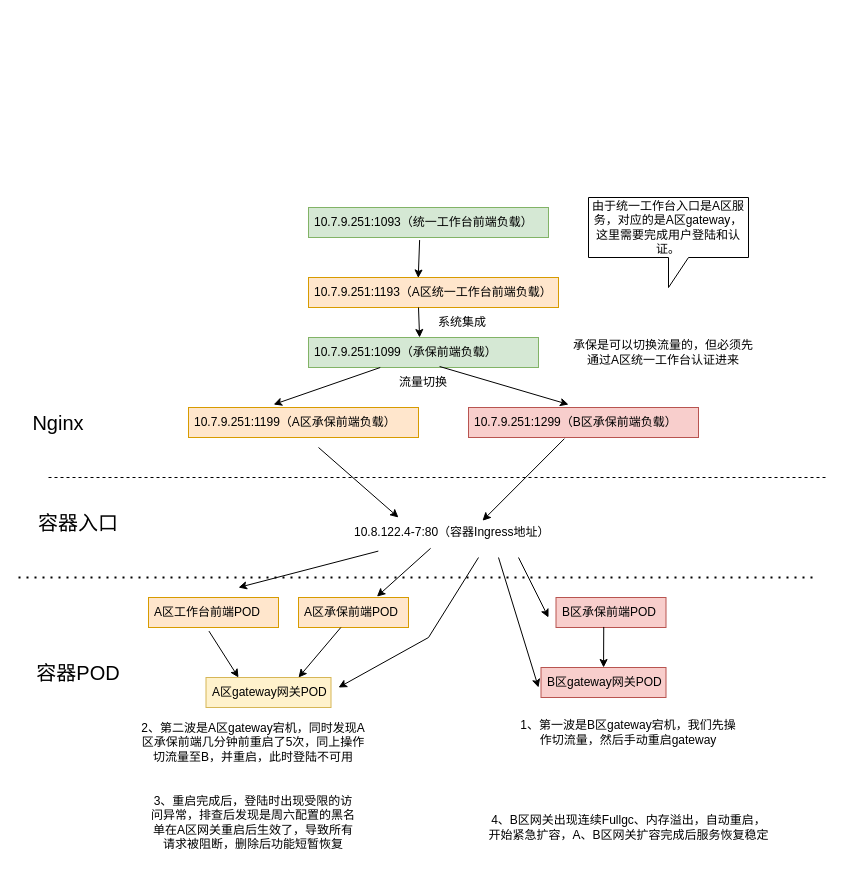
This is page "第 1 页" (1 of 2) of 网关代理架构图.drawio from java-zengguang/images, a draw.io file, before an edit. Source tidied: cells renumbered, new cells numbered last; positions are measured from the earlier drawing's top-left corner, leaving out a move shared by most shapes. Both pictures are drawn from the tidied source at 100%, with x=0, y=0 at pixel (18, 197).
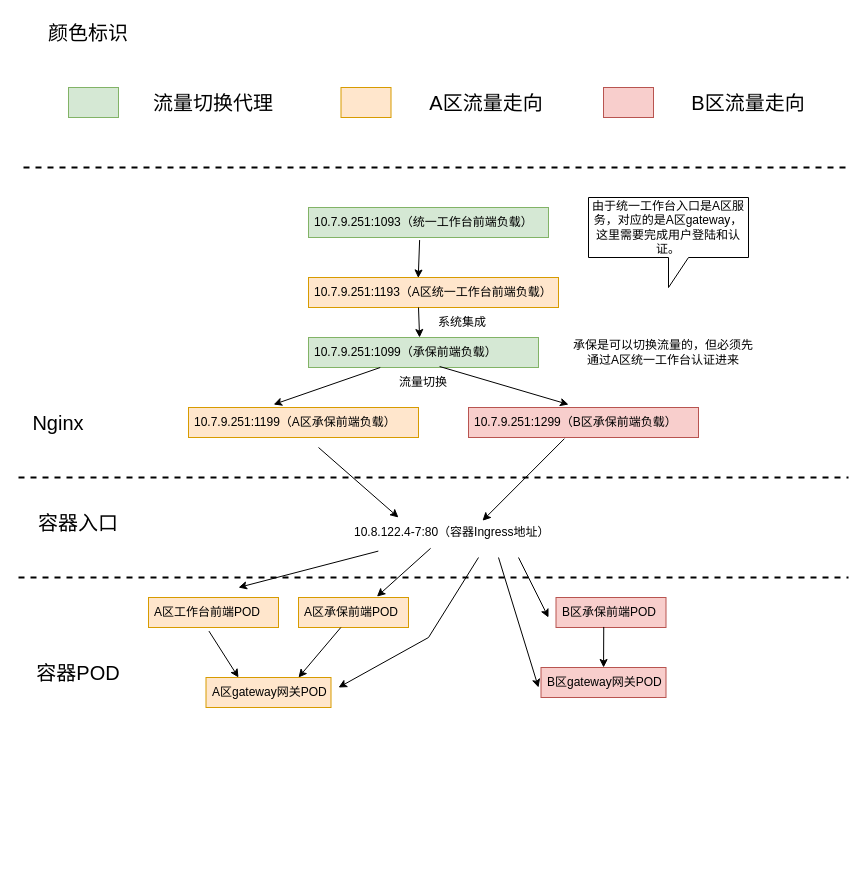
After the change.

Commit message:
更新网关代理架构图.drawio

What changed in the source:
```diff
@@
-    <mxCell id="2" style="endArrow=none;dashed=1;html=1;rounded=0;" parent="1" edge="1">
+    <mxCell id="2" style="endArrow=none;dashed=1;html=1;rounded=0;strokeWidth=2;" parent="1" edge="1">
       <mxGeometry relative="1" as="geometry">
-        <mxPoint x="30" y="280" as="sourcePoint" />
-        <mxPoint x="810" y="280" as="targetPoint" />
+        <mxPoint y="280" as="sourcePoint" />
+        <mxPoint x="830" y="280" as="targetPoint" />
       </mxGeometry>
     </mxCell>
@@
-    <mxCell id="19" value="A区gateway网关POD" style="text;strokeColor=#d6b656;fillColor=#fff2cc;align=left;verticalAlign=middle;spacingLeft=4;spacingRight=4;overflow=hidden;points=[[0,0.5],[1,0.5]];portConstraint=eastwest;whiteSpace=wrap;html=1;" parent="1" vertex="1">
+    <mxCell id="19" value="A区gateway网关POD" style="text;strokeColor=#d79b00;fillColor=#ffe6cc;align=left;verticalAlign=middle;spacingLeft=4;spacingRight=4;overflow=hidden;points=[[0,0.5],[1,0.5]];portConstraint=eastwest;whiteSpace=wrap;html=1;" parent="1" vertex="1">
       <mxGeometry x="187.5" y="480" width="125" height="30" as="geometry" />
     </mxCell>
@@
-    <mxCell id="27" style="endArrow=none;dashed=1;html=1;dashPattern=1 3;strokeWidth=2;rounded=0;" parent="1" edge="1">
+    <mxCell id="27" style="endArrow=none;dashed=1;html=1;strokeWidth=2;rounded=0;" parent="1" edge="1">
       <mxGeometry relative="1" as="geometry">
         <mxPoint y="380" as="sourcePoint" />
-        <mxPoint x="800" y="380" as="targetPoint" />
+        <mxPoint x="830" y="380" as="targetPoint" />
       </mxGeometry>
     </mxCell>
@@
-    <mxCell id="36" value="1、第一波是B区gateway宕机，我们先操作切流量，然后手动重启gateway" style="text;html=1;align=center;verticalAlign=middle;whiteSpace=wrap;rounded=0;" parent="1" vertex="1">
-      <mxGeometry x="500" y="510" width="220" height="50" as="geometry" />
-    </mxCell>
-    <mxCell id="37" value="2、第二波是A区gateway宕机，同时发现A区承保前端几分钟前重启了5次，同上操作切流量至B，并重启，此时登陆不可用" style="text;html=1;align=center;verticalAlign=middle;whiteSpace=wrap;rounded=0;" parent="1" vertex="1">
-      <mxGeometry x="120" y="520" width="230" height="50" as="geometry" />
-    </mxCell>
-    <mxCell id="38" value="3、重启完成后，登陆时出现受限的访问异常，排查后发现是周六配置的黑名单在A区网关重启后生效了，导致所有请求被阻断，删除后功能短暂恢复" style="text;html=1;align=center;verticalAlign=middle;whiteSpace=wrap;rounded=0;" parent="1" vertex="1">
-      <mxGeometry x="130" y="580" width="210" height="90" as="geometry" />
-    </mxCell>
-    <mxCell id="39" value="4、B区网关出现连续Fullgc、内存溢出，自动重启，开始紧急扩容，A、B区网关扩容完成后服务恢复稳定" style="text;html=1;align=center;verticalAlign=middle;whiteSpace=wrap;rounded=0;" parent="1" vertex="1">
-      <mxGeometry x="466.5" y="600" width="287" height="60" as="geometry" />
-    </mxCell>
+    <mxCell id="40" style="rounded=0;whiteSpace=wrap;html=1;fillColor=#d5e8d4;strokeColor=#82b366;" parent="1" vertex="1">
+      <mxGeometry x="50" y="-110" width="50" height="30" as="geometry" />
+    </mxCell>
+    <mxCell id="41" value="&lt;font style=&quot;font-size: 20px;&quot;&gt;流量切换代理&lt;/font&gt;" style="text;html=1;align=center;verticalAlign=middle;whiteSpace=wrap;rounded=0;" parent="1" vertex="1">
+      <mxGeometry x="125" y="-110" width="140" height="30" as="geometry" />
+    </mxCell>
+    <mxCell id="42" style="rounded=0;whiteSpace=wrap;html=1;fillColor=#f8cecc;strokeColor=#b85450;" parent="1" vertex="1">
+      <mxGeometry x="585" y="-110" width="50" height="30" as="geometry" />
+    </mxCell>
+    <mxCell id="43" value="&lt;font style=&quot;font-size: 20px;&quot;&gt;B区流量走向&lt;/font&gt;" style="text;html=1;align=center;verticalAlign=middle;whiteSpace=wrap;rounded=0;" parent="1" vertex="1">
+      <mxGeometry x="660" y="-110" width="140" height="30" as="geometry" />
+    </mxCell>
+    <mxCell id="44" style="rounded=0;whiteSpace=wrap;html=1;fillColor=#ffe6cc;strokeColor=#d79b00;" parent="1" vertex="1">
+      <mxGeometry x="322.5" y="-110" width="50" height="30" as="geometry" />
+    </mxCell>
+    <mxCell id="45" value="&lt;font style=&quot;font-size: 20px;&quot;&gt;A区流量走向&lt;/font&gt;" style="text;html=1;align=center;verticalAlign=middle;whiteSpace=wrap;rounded=0;" parent="1" vertex="1">
+      <mxGeometry x="397.5" y="-110" width="140" height="30" as="geometry" />
+    </mxCell>
+    <mxCell id="46" style="endArrow=none;dashed=1;html=1;rounded=0;strokeWidth=2;" parent="1" edge="1">
+      <mxGeometry relative="1" as="geometry">
+        <mxPoint x="5" y="-30" as="sourcePoint" />
+        <mxPoint x="830" y="-30" as="targetPoint" />
+      </mxGeometry>
+    </mxCell>
+    <mxCell id="47" value="&lt;font style=&quot;font-size: 20px;&quot;&gt;颜色标识&lt;br&gt;&lt;/font&gt;" style="text;html=1;align=center;verticalAlign=middle;whiteSpace=wrap;rounded=0;" parent="1" vertex="1">
+      <mxGeometry x="10" y="-180" width="120" height="30" as="geometry" />
+    </mxCell>
```
